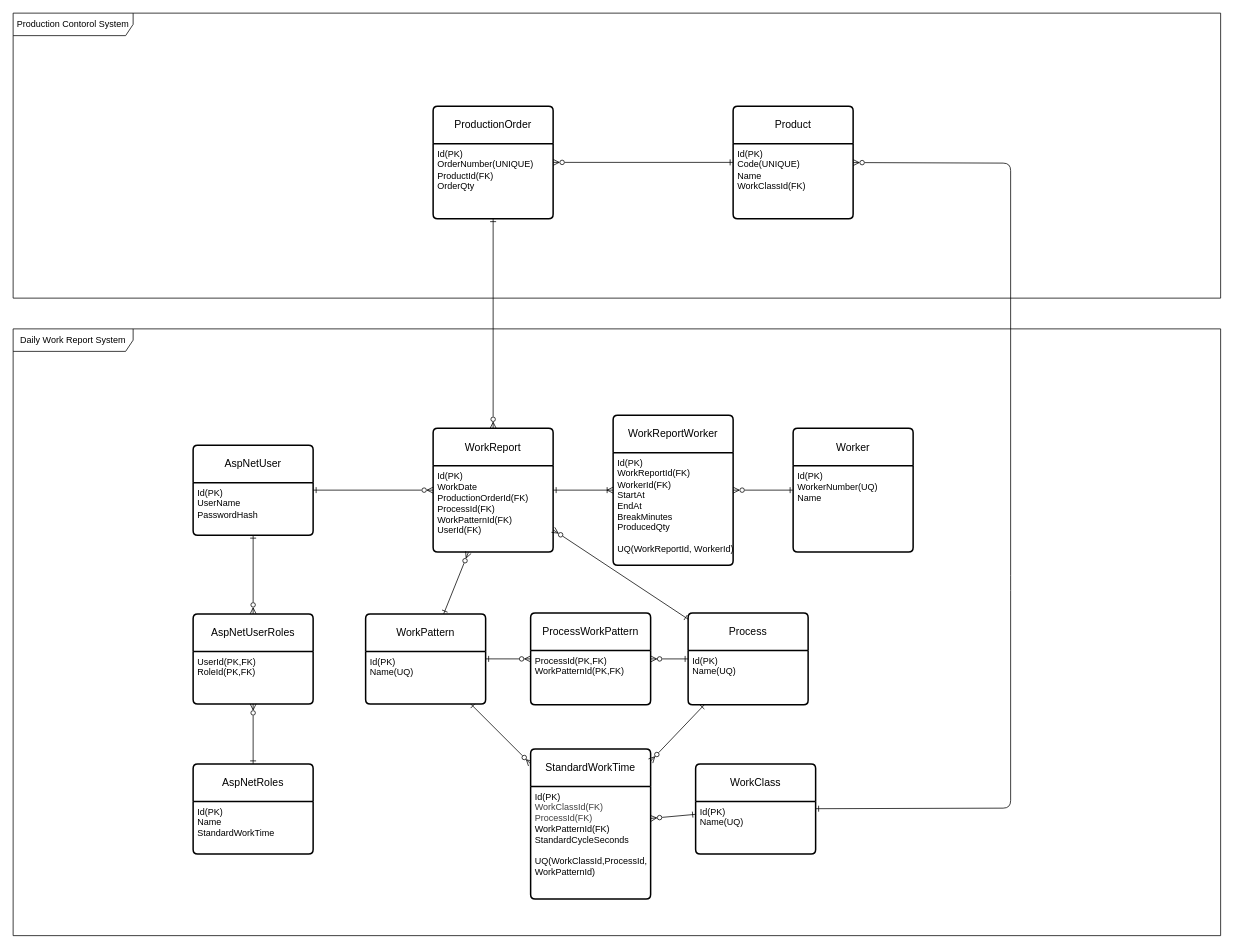
junyatanak/work-report-system keeps this draw.io diagram as docs/er.drawio. Above is the earlier version. Source tidied: cells renumbered, new cells numbered last; positions are measured from the earlier drawing's top-left corner, leaving out a move shared by most shapes. Both pictures are drawn from the tidied source at 75%, with x=0, y=0 at pixel (13, 13).
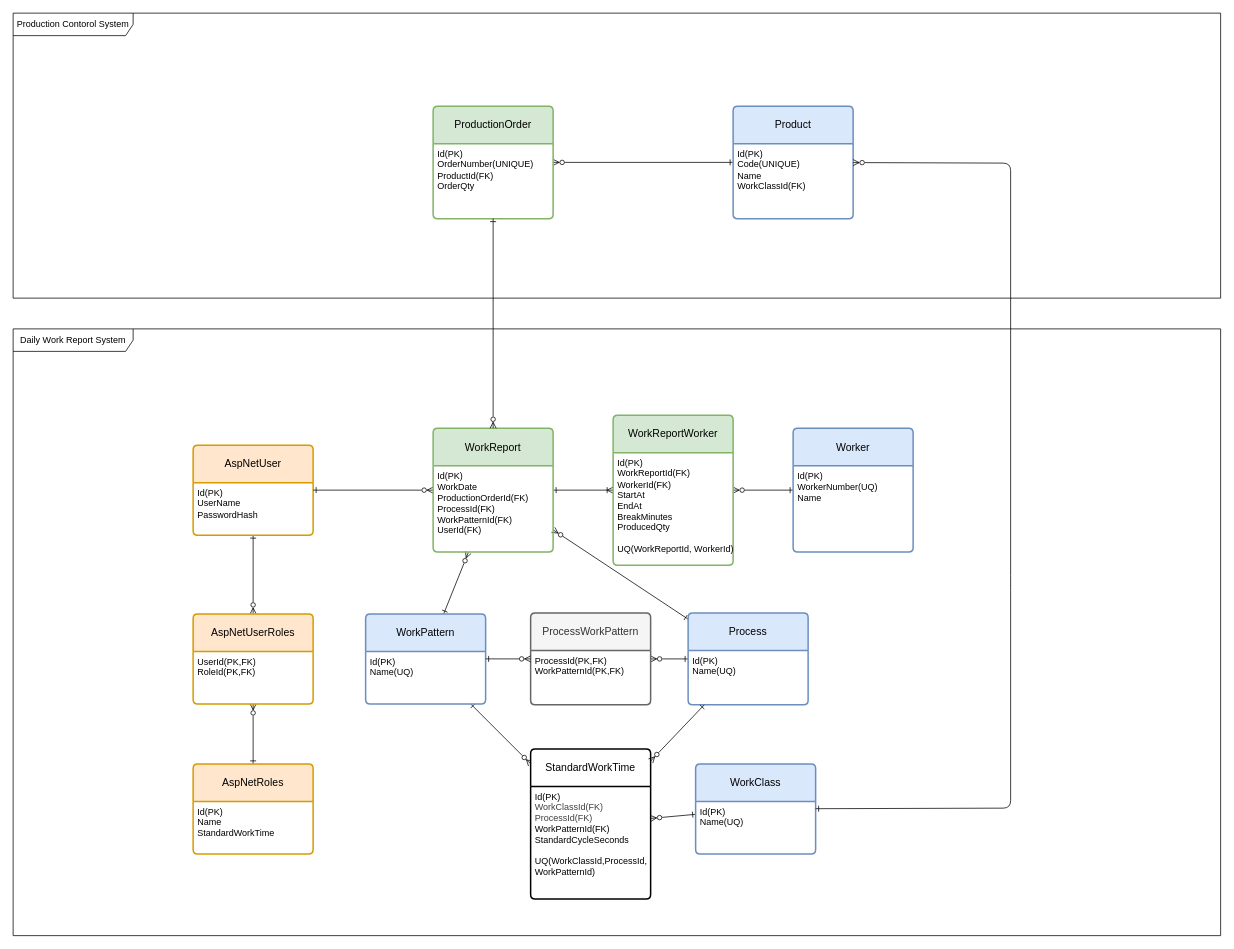
The same page after the edit.

Commit message (it also covers changes not shown here):
colored er diagram by table type

Unchanged cells that the change refers to:
```xml
<mxCell id="2" value="Daily Work Report System" style="shape=umlFrame;whiteSpace=wrap;html=1;width=160;" parent="1" vertex="1">
  <mxGeometry y="421" width="1610" height="809" as="geometry" />
</mxCell>
<mxCell id="37" value="Production Contorol System" style="shape=umlFrame;whiteSpace=wrap;html=1;width=160;" parent="1" vertex="1">
  <mxGeometry width="1610" height="380" as="geometry" />
</mxCell>
```

The edit, as a diff of the source:
```diff
@@
-    <mxCell id="5" value="AspNetUserRoles" style="swimlane;horizontal=1;startSize=50;rounded=1;fontSize=14;fontStyle=0;strokeWidth=2;shadow=0;dashed=0;align=center;arcSize=4;whiteSpace=wrap;html=1;" parent="2" vertex="1">
+    <mxCell id="5" value="AspNetUserRoles" style="swimlane;horizontal=1;startSize=50;rounded=1;fontSize=14;fontStyle=0;strokeWidth=2;shadow=0;dashed=0;align=center;arcSize=4;whiteSpace=wrap;html=1;fillColor=#ffe6cc;strokeColor=#d79b00;" parent="2" vertex="1">
       <mxGeometry x="240" y="380" width="160" height="120" as="geometry" />
     </mxCell>
@@
-    <mxCell id="7" value="AspNetUser" style="swimlane;horizontal=1;startSize=50;rounded=1;fontSize=14;fontStyle=0;strokeWidth=2;shadow=0;dashed=0;align=center;arcSize=4;whiteSpace=wrap;html=1;" parent="2" vertex="1">
+    <mxCell id="7" value="AspNetUser" style="swimlane;horizontal=1;startSize=50;rounded=1;fontSize=14;fontStyle=0;strokeWidth=2;shadow=0;dashed=0;align=center;arcSize=4;whiteSpace=wrap;html=1;fillColor=#ffe6cc;strokeColor=#d79b00;" parent="2" vertex="1">
       <mxGeometry x="240" y="155" width="160" height="120" as="geometry" />
     </mxCell>
@@
-    <mxCell id="10" value="AspNetRoles" style="swimlane;horizontal=1;startSize=50;rounded=1;fontSize=14;fontStyle=0;strokeWidth=2;shadow=0;dashed=0;align=center;arcSize=4;whiteSpace=wrap;html=1;" parent="2" vertex="1">
+    <mxCell id="10" value="AspNetRoles" style="swimlane;horizontal=1;startSize=50;rounded=1;fontSize=14;fontStyle=0;strokeWidth=2;shadow=0;dashed=0;align=center;arcSize=4;whiteSpace=wrap;html=1;fillColor=#ffe6cc;strokeColor=#d79b00;" parent="2" vertex="1">
       <mxGeometry x="240" y="580" width="160" height="120" as="geometry" />
     </mxCell>
@@
-    <mxCell id="15" value="WorkReport" style="swimlane;horizontal=1;startSize=50;rounded=1;fontSize=14;fontStyle=0;strokeWidth=2;shadow=0;dashed=0;align=center;arcSize=4;whiteSpace=wrap;html=1;" parent="2" vertex="1">
+    <mxCell id="15" value="WorkReport" style="swimlane;horizontal=1;startSize=50;rounded=1;fontSize=14;fontStyle=0;strokeWidth=2;shadow=0;dashed=0;align=center;arcSize=4;whiteSpace=wrap;html=1;fillColor=#d5e8d4;strokeColor=#82b366;" parent="2" vertex="1">
       <mxGeometry x="560" y="132.5" width="160" height="165" as="geometry" />
     </mxCell>
@@
-    <mxCell id="18" value="WorkReportWorker" style="swimlane;horizontal=1;startSize=50;rounded=1;fontSize=14;fontStyle=0;strokeWidth=2;shadow=0;dashed=0;align=center;arcSize=4;whiteSpace=wrap;html=1;" parent="2" vertex="1">
+    <mxCell id="18" value="WorkReportWorker" style="swimlane;horizontal=1;startSize=50;rounded=1;fontSize=14;fontStyle=0;strokeWidth=2;shadow=0;dashed=0;align=center;arcSize=4;whiteSpace=wrap;html=1;fillColor=#d5e8d4;strokeColor=#82b366;" parent="2" vertex="1">
       <mxGeometry x="800" y="115" width="160" height="200" as="geometry" />
     </mxCell>
@@
-    <mxCell id="20" value="Worker" style="swimlane;horizontal=1;startSize=50;rounded=1;fontSize=14;fontStyle=0;strokeWidth=2;shadow=0;dashed=0;align=center;arcSize=4;whiteSpace=wrap;html=1;" parent="2" vertex="1">
+    <mxCell id="20" value="Worker" style="swimlane;horizontal=1;startSize=50;rounded=1;fontSize=14;fontStyle=0;strokeWidth=2;shadow=0;dashed=0;align=center;arcSize=4;whiteSpace=wrap;html=1;fillColor=#dae8fc;strokeColor=#6c8ebf;" parent="2" vertex="1">
       <mxGeometry x="1040" y="132.5" width="160" height="165" as="geometry" />
     </mxCell>
@@
-    <mxCell id="24" value="Process" style="swimlane;horizontal=1;startSize=50;rounded=1;fontSize=14;fontStyle=0;strokeWidth=2;shadow=0;dashed=0;align=center;arcSize=4;whiteSpace=wrap;html=1;" parent="2" vertex="1">
+    <mxCell id="24" value="Process" style="swimlane;horizontal=1;startSize=50;rounded=1;fontSize=14;fontStyle=0;strokeWidth=2;shadow=0;dashed=0;align=center;arcSize=4;whiteSpace=wrap;html=1;fillColor=#dae8fc;strokeColor=#6c8ebf;" parent="2" vertex="1">
       <mxGeometry x="900" y="378.8" width="160" height="122.5" as="geometry" />
     </mxCell>
@@
-    <mxCell id="29" value="WorkPattern" style="swimlane;horizontal=1;startSize=50;rounded=1;fontSize=14;fontStyle=0;strokeWidth=2;shadow=0;dashed=0;align=center;arcSize=4;whiteSpace=wrap;html=1;" parent="2" vertex="1">
+    <mxCell id="29" value="WorkPattern" style="swimlane;horizontal=1;startSize=50;rounded=1;fontSize=14;fontStyle=0;strokeWidth=2;shadow=0;dashed=0;align=center;arcSize=4;whiteSpace=wrap;html=1;fillColor=#dae8fc;strokeColor=#6c8ebf;" parent="2" vertex="1">
       <mxGeometry x="470" y="380" width="160" height="120" as="geometry" />
     </mxCell>
@@
-    <mxCell id="31" value="ProcessWorkPattern" style="swimlane;horizontal=1;startSize=50;rounded=1;fontSize=14;fontStyle=0;strokeWidth=2;shadow=0;dashed=0;align=center;arcSize=4;whiteSpace=wrap;html=1;" parent="2" vertex="1">
+    <mxCell id="31" value="ProcessWorkPattern" style="swimlane;horizontal=1;startSize=50;rounded=1;fontSize=14;fontStyle=0;strokeWidth=2;shadow=0;dashed=0;align=center;arcSize=4;whiteSpace=wrap;html=1;fillColor=#f5f5f5;fontColor=#333333;strokeColor=#666666;" parent="2" vertex="1">
       <mxGeometry x="690" y="378.8" width="160" height="122.5" as="geometry" />
     </mxCell>
@@
-    <mxCell id="35" value="WorkClass" style="swimlane;horizontal=1;startSize=50;rounded=1;fontSize=14;fontStyle=0;strokeWidth=2;shadow=0;dashed=0;align=center;arcSize=4;whiteSpace=wrap;html=1;" parent="2" vertex="1">
+    <mxCell id="35" value="WorkClass" style="swimlane;horizontal=1;startSize=50;rounded=1;fontSize=14;fontStyle=0;strokeWidth=2;shadow=0;dashed=0;align=center;arcSize=4;whiteSpace=wrap;html=1;fillColor=#dae8fc;strokeColor=#6c8ebf;" parent="2" vertex="1">
       <mxGeometry x="910" y="580" width="160" height="120" as="geometry" />
     </mxCell>
@@
-    <mxCell id="39" value="ProductionOrder" style="swimlane;horizontal=1;startSize=50;rounded=1;fontSize=14;fontStyle=0;strokeWidth=2;shadow=0;dashed=0;align=center;arcSize=4;whiteSpace=wrap;html=1;" parent="37" vertex="1">
+    <mxCell id="39" value="ProductionOrder" style="swimlane;horizontal=1;startSize=50;rounded=1;fontSize=14;fontStyle=0;strokeWidth=2;shadow=0;dashed=0;align=center;arcSize=4;whiteSpace=wrap;html=1;fillColor=#d5e8d4;strokeColor=#82b366;" parent="37" vertex="1">
       <mxGeometry x="560" y="124" width="160" height="150" as="geometry" />
     </mxCell>
@@
-    <mxCell id="41" value="Product" style="swimlane;horizontal=1;startSize=50;rounded=1;fontSize=14;fontStyle=0;strokeWidth=2;shadow=0;dashed=0;align=center;arcSize=4;whiteSpace=wrap;html=1;" parent="37" vertex="1">
+    <mxCell id="41" value="Product" style="swimlane;horizontal=1;startSize=50;rounded=1;fontSize=14;fontStyle=0;strokeWidth=2;shadow=0;dashed=0;align=center;arcSize=4;whiteSpace=wrap;html=1;fillColor=#dae8fc;strokeColor=#6c8ebf;" parent="37" vertex="1">
       <mxGeometry x="960" y="124" width="160" height="150" as="geometry" />
     </mxCell>
```
